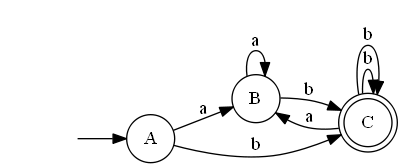
Earlier version of the Graphviz export Automate Picture/AutomataPicture.dot.png (arjen0203/AutomataReader). Its source is kept beside it as Automate Picture/AutomataPicture.dot.
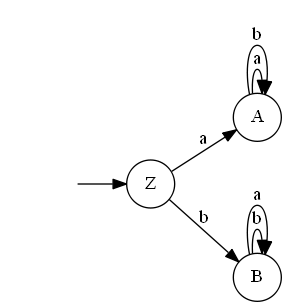
After the commit.

The edit, as a diff of the source:
```diff
@@ -1,16 +1,15 @@
 digraph myAutomaton {
 rankdir=LR;
 "" [shape=none]
+"Z" [shape=circle]
 "A" [shape=circle]
 "B" [shape=circle]
-"C" [shape=doublecircle]
 
-"" -> "A"
-"A" -> "B" [label="a"]
-"A" -> "C" [label="b"]
+"" -> "Z"
+"Z" -> "A" [label="a"]
+"Z" -> "B" [label="b"]
+"A" -> "A" [label="a"]
+"A" -> "A" [label="b"]
+"B" -> "B" [label="b"]
 "B" -> "B" [label="a"]
-"B" -> "C" [label="b"]
-"C" -> "B" [label="a"]
-"C" -> "C" [label="b"]
-"C" -> "C" [label="b"]
 }
```
